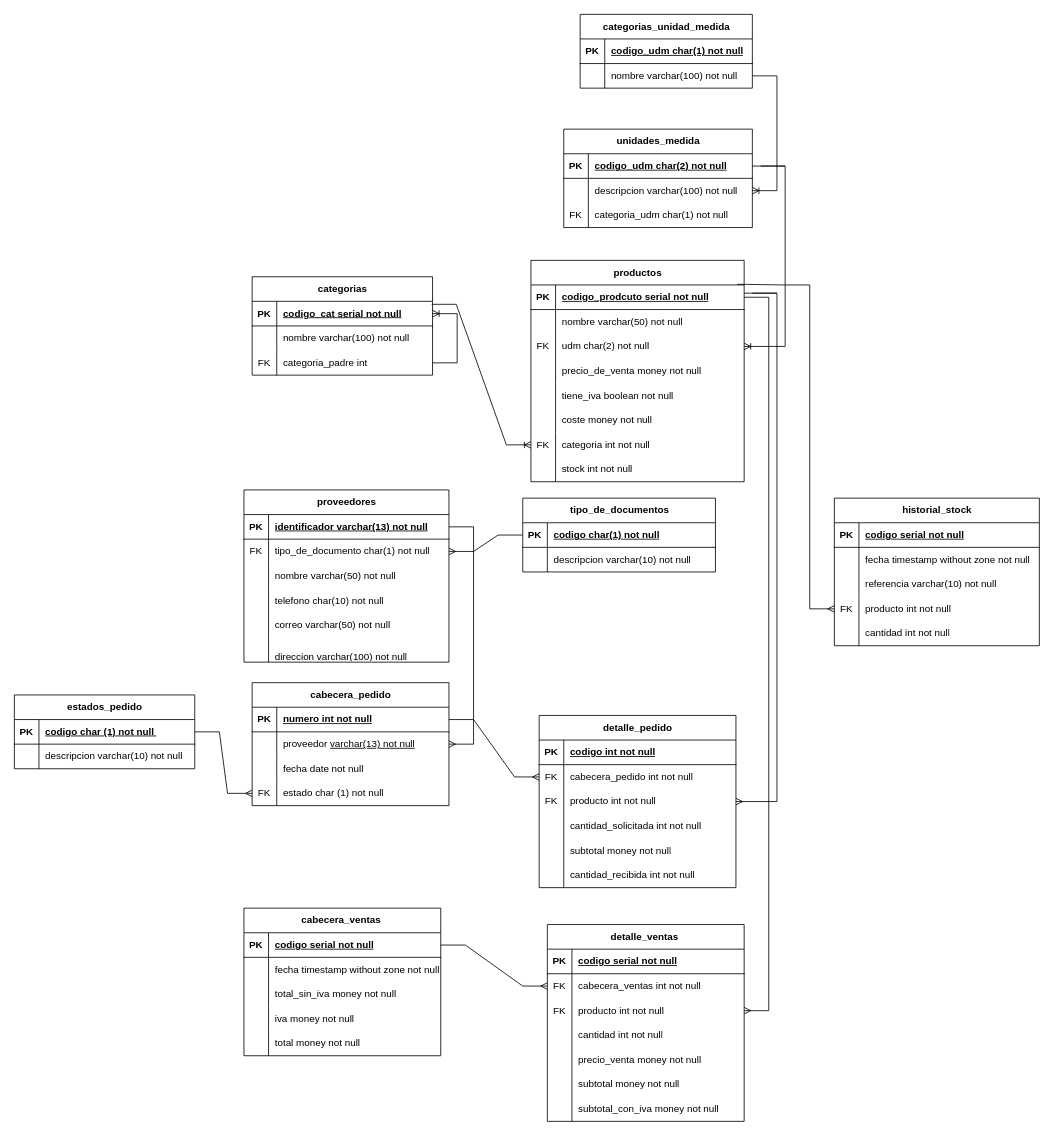
AlejandroTene/Inventario keeps this draw.io diagram as page "Página-2" (2 of 2) of BASE DE DATOS/inventario.drawio. Above is the earlier version. Source tidied: cells renumbered, new cells numbered last; positions are measured from the earlier drawing's top-left corner, leaving out a move shared by most shapes. Both pictures are drawn from the tidied source at 82%, with x=0, y=0 at pixel (-76, 14).
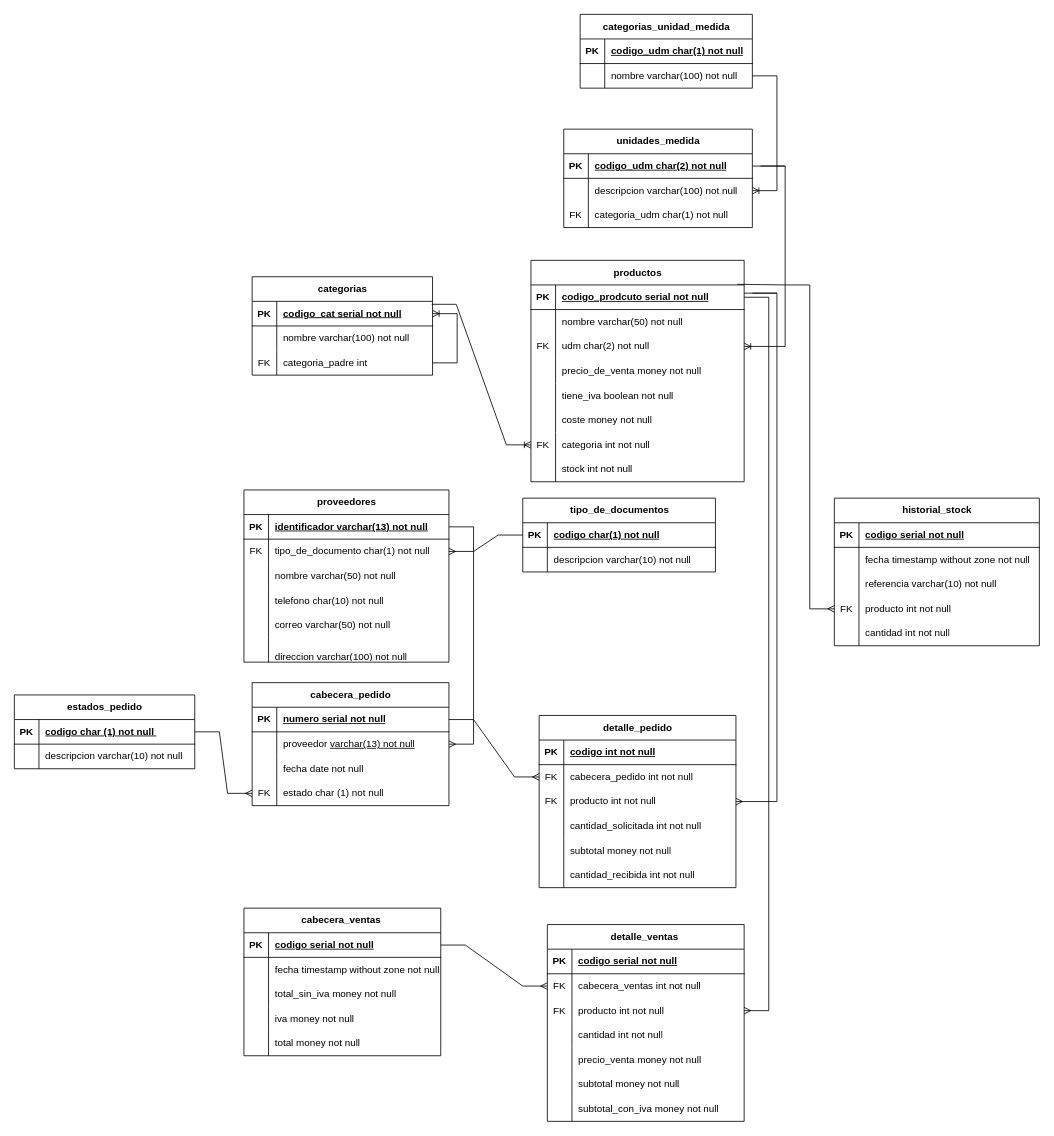
The same diagram, later.

Unchanged cells that the change refers to:
```xml
<mxCell id="86" style="shape=tableRow;horizontal=0;startSize=0;swimlaneHead=0;swimlaneBody=0;fillColor=none;points=[[0,0.5],[1,0.5]];portConstraint=eastwest;top=0;left=0;right=0;bottom=1;" parent="85" vertex="1">
  <mxGeometry y="30" width="240" height="30" as="geometry" />
</mxCell>
```

Diff of the diagram source:
```diff
@@
-    <mxCell id="88" value="numero int not null" style="shape=partialRectangle;fillColor=none;top=0;left=0;bottom=0;right=0;align=left;spacingLeft=6;fontStyle=5;overflow=hidden;whiteSpace=wrap;html=1;" parent="86" vertex="1">
+    <mxCell id="88" value="numero serial not null" style="shape=partialRectangle;fillColor=none;top=0;left=0;bottom=0;right=0;align=left;spacingLeft=6;fontStyle=5;overflow=hidden;whiteSpace=wrap;html=1;" parent="86" vertex="1">
       <mxGeometry x="30" width="210" height="30" as="geometry" />
     </mxCell>
```
